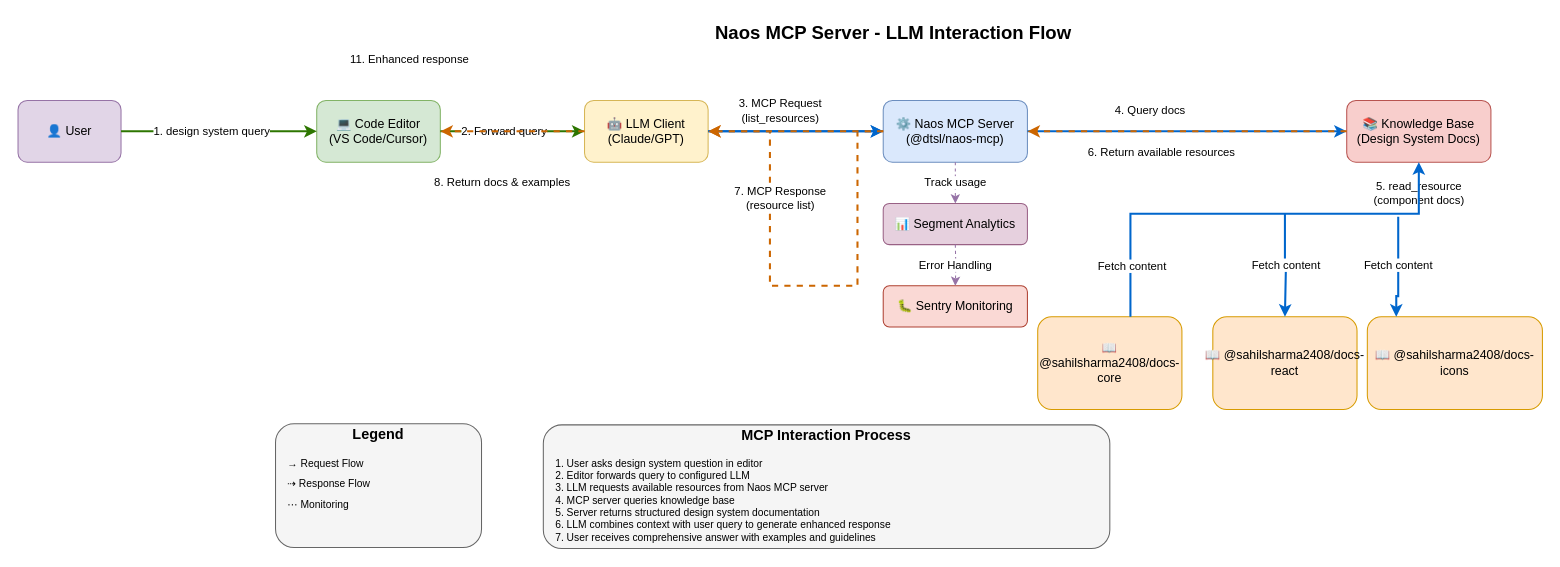
The draw.io diagram naos-architecture.dio in sahilsharma2408/MCP-Server, before the edit. Source tidied: cells renumbered, new cells numbered last; positions are measured from the earlier drawing's top-left corner, leaving out a move shared by most shapes. Both pictures are drawn from the tidied source at 103%, with x=0, y=0 at pixel (18, 18).
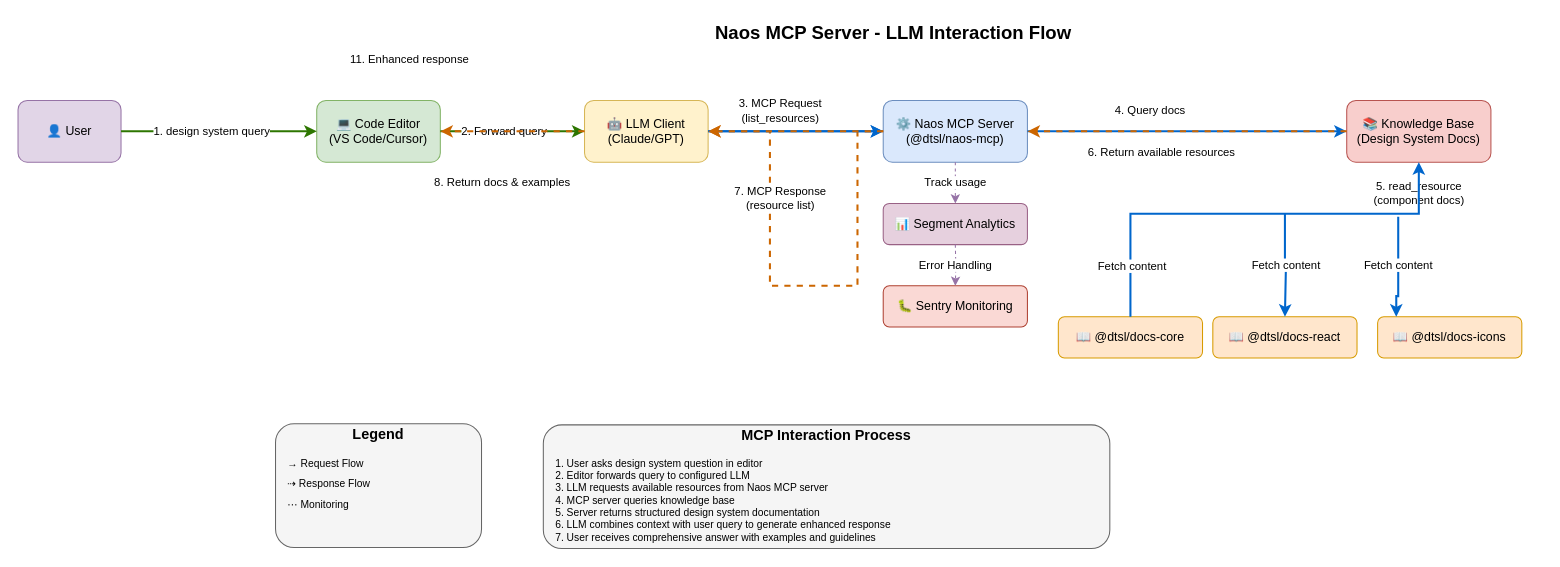
The same page after the edit.

What changed in the source:
```diff
@@
-    <mxCell id="8" value="📖 @sahilsharma2408/docs-core" style="rounded=1;whiteSpace=wrap;html=1;fillColor=#ffe6cc;strokeColor=#d79b00;" parent="1" vertex="1">
-      <mxGeometry x="990" y="290" width="140" height="90" as="geometry" />
+    <mxCell id="8" value="📖 @dtsl/docs-core" style="rounded=1;whiteSpace=wrap;html=1;fillColor=#ffe6cc;strokeColor=#d79b00;" parent="1" vertex="1">
+      <mxGeometry x="1010" y="290" width="140" height="40" as="geometry" />
     </mxCell>
@@
-    <mxCell id="30" value="📖&amp;nbsp;&lt;span style=&quot;color: rgb(0, 0, 0);&quot;&gt;@sahilsharma2408&lt;/span&gt;/docs-react" style="rounded=1;whiteSpace=wrap;html=1;fillColor=#ffe6cc;strokeColor=#d79b00;" parent="1" vertex="1">
-      <mxGeometry x="1160" y="290" width="140" height="90" as="geometry" />
+    <mxCell id="30" value="📖 @dtsl/docs-react" style="rounded=1;whiteSpace=wrap;html=1;fillColor=#ffe6cc;strokeColor=#d79b00;" parent="1" vertex="1">
+      <mxGeometry x="1160" y="290" width="140" height="40" as="geometry" />
     </mxCell>
-    <mxCell id="31" value="📖&amp;nbsp;&lt;span style=&quot;color: rgb(0, 0, 0);&quot;&gt;@sahilsharma2408&lt;/span&gt;/docs-icons" style="rounded=1;whiteSpace=wrap;html=1;fillColor=#ffe6cc;strokeColor=#d79b00;" parent="1" vertex="1">
-      <mxGeometry x="1310" y="290" width="170" height="90" as="geometry" />
+    <mxCell id="31" value="📖 @dtsl/docs-icons" style="rounded=1;whiteSpace=wrap;html=1;fillColor=#ffe6cc;strokeColor=#d79b00;" parent="1" vertex="1">
+      <mxGeometry x="1320" y="290" width="140" height="40" as="geometry" />
     </mxCell>
```
